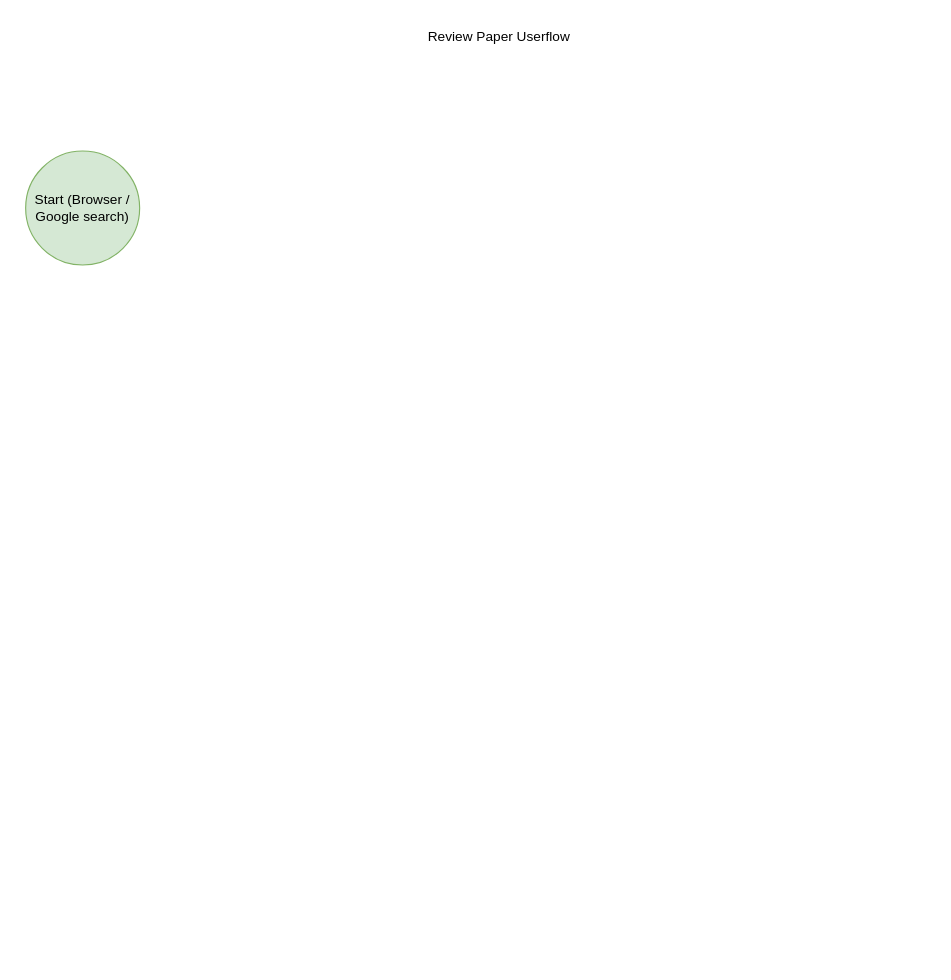
This is review-paper-flow.drawio from amarjyothi98/draw.io, a draw.io file, before an edit. Source tidied: cells renumbered, new cells numbered last; positions are measured from the earlier drawing's top-left corner, leaving out a move shared by most shapes. Both pictures are drawn from the tidied source at 114%, with x=0, y=0 at pixel (25, 19).
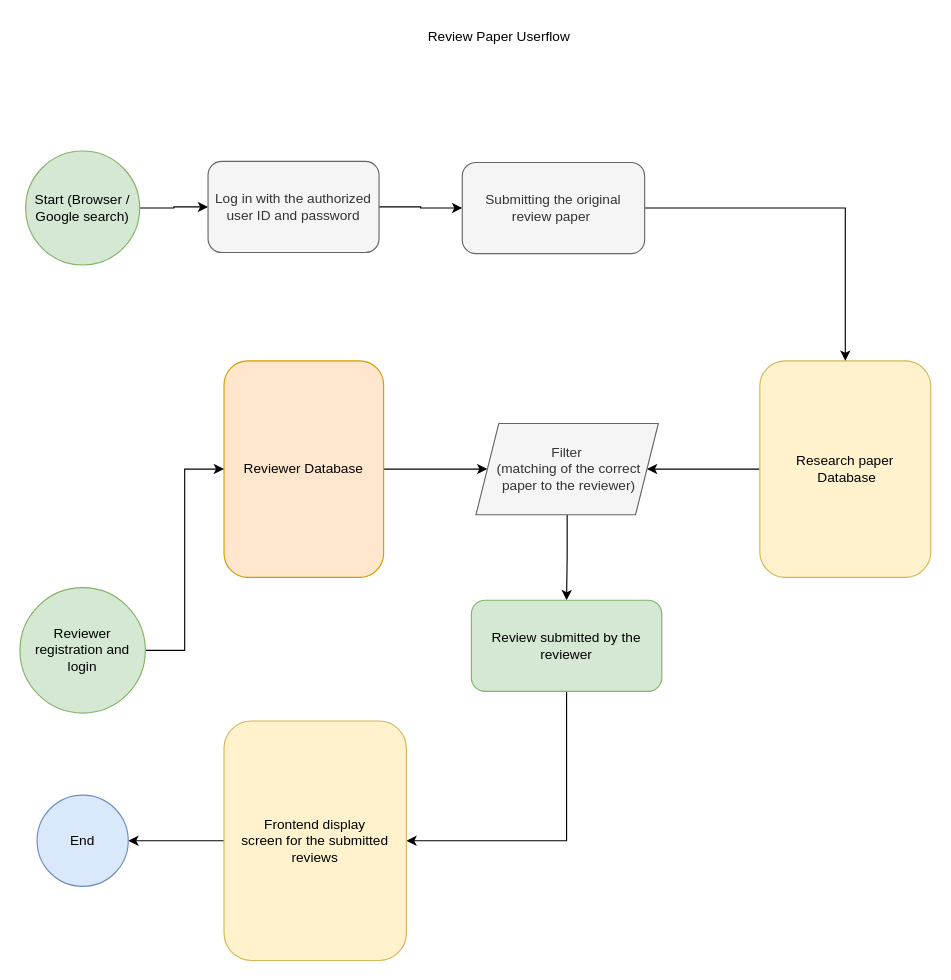
Above is the later version.

Unchanged cells that the change refers to:
```xml
<mxCell id="3" value="Start (Browser / Google search)" style="ellipse;whiteSpace=wrap;html=1;fillColor=#d5e8d4;strokeColor=#82b366;" parent="1" vertex="1">
  <mxGeometry y="115" width="100" height="100" as="geometry" />
</mxCell>
```

Change to the diagram source:
```diff
@@
+    <mxCell id="4" style="edgeStyle=orthogonalEdgeStyle;rounded=0;jettySize=auto;html=1;exitX=1;exitY=0.5;exitDx=0;exitDy=0;entryX=0;entryY=0.5;entryDx=0;entryDy=0;" parent="1" edge="1" source="3" target="6">
+      <mxGeometry relative="1" as="geometry" />
+    </mxCell>
@@
+    <mxCell id="5" style="edgeStyle=orthogonalEdgeStyle;rounded=0;jettySize=auto;html=1;exitX=1;exitY=0.5;exitDx=0;exitDy=0;entryX=0;entryY=0.5;entryDx=0;entryDy=0;" parent="1" edge="1" source="6" target="10">
+      <mxGeometry relative="1" as="geometry" />
+    </mxCell>
+    <mxCell id="6" value="Log in with the authorized user ID and password" style="rounded=1;whiteSpace=wrap;html=1;fillColor=#f5f5f5;fontColor=#333333;strokeColor=#666666;" parent="1" vertex="1">
+      <mxGeometry x="160" y="124" width="150" height="80" as="geometry" />
+    </mxCell>
+    <mxCell id="7" style="edgeStyle=orthogonalEdgeStyle;rounded=0;jettySize=auto;html=1;exitX=0;exitY=0.5;exitDx=0;exitDy=0;entryX=1;entryY=0.5;entryDx=0;entryDy=0;" parent="1" edge="1" source="8" target="14">
+      <mxGeometry relative="1" as="geometry" />
+    </mxCell>
+    <mxCell id="8" value="Research paper&lt;br&gt;&amp;nbsp;Database" style="rounded=1;whiteSpace=wrap;html=1;fillColor=#fff2cc;strokeColor=#d6b656;" parent="1" vertex="1">
+      <mxGeometry x="644" y="299" width="150" height="190" as="geometry" />
+    </mxCell>
+    <mxCell id="9" style="edgeStyle=orthogonalEdgeStyle;rounded=0;jettySize=auto;html=1;exitX=1;exitY=0.5;exitDx=0;exitDy=0;entryX=0.5;entryY=0;entryDx=0;entryDy=0;" parent="1" edge="1" source="10" target="8">
+      <mxGeometry relative="1" as="geometry" />
+    </mxCell>
+    <mxCell id="10" value="Submitting the original &lt;br&gt;review paper&amp;nbsp;" style="rounded=1;whiteSpace=wrap;html=1;fillColor=#f5f5f5;fontColor=#333333;strokeColor=#666666;" parent="1" vertex="1">
+      <mxGeometry x="383" y="125" width="160" height="80" as="geometry" />
+    </mxCell>
+    <mxCell id="11" style="edgeStyle=orthogonalEdgeStyle;rounded=0;jettySize=auto;html=1;exitX=1;exitY=0.5;exitDx=0;exitDy=0;" parent="1" edge="1" source="12" target="14">
+      <mxGeometry relative="1" as="geometry" />
+    </mxCell>
+    <mxCell id="12" value="Reviewer Database" style="rounded=1;whiteSpace=wrap;html=1;fillColor=#ffe6cc;strokeColor=#d79b00;" parent="1" vertex="1">
+      <mxGeometry x="174" y="299" width="140" height="190" as="geometry" />
+    </mxCell>
+    <mxCell id="13" style="edgeStyle=orthogonalEdgeStyle;rounded=0;jettySize=auto;html=1;exitX=0.5;exitY=1;exitDx=0;exitDy=0;" parent="1" edge="1" source="14" target="16">
+      <mxGeometry relative="1" as="geometry" />
+    </mxCell>
+    <mxCell id="14" value="Filter&lt;br&gt;&amp;nbsp;(matching of the correct&lt;br&gt;&amp;nbsp;paper to the reviewer)" style="shape=parallelogram;perimeter=parallelogramPerimeter;whiteSpace=wrap;html=1;fixedSize=1;fillColor=#f5f5f5;fontColor=#333333;strokeColor=#666666;" parent="1" vertex="1">
+      <mxGeometry x="395" y="354" width="160" height="80" as="geometry" />
+    </mxCell>
+    <mxCell id="15" style="edgeStyle=orthogonalEdgeStyle;rounded=0;jettySize=auto;html=1;exitX=0.5;exitY=1;exitDx=0;exitDy=0;entryX=1;entryY=0.5;entryDx=0;entryDy=0;" parent="1" edge="1" source="16" target="20">
+      <mxGeometry relative="1" as="geometry" />
+    </mxCell>
+    <mxCell id="16" value="Review submitted by the reviewer" style="rounded=1;whiteSpace=wrap;html=1;fillColor=#d5e8d4;strokeColor=#82b366;" parent="1" vertex="1">
+      <mxGeometry x="391" y="509" width="167" height="80" as="geometry" />
+    </mxCell>
+    <mxCell id="17" style="edgeStyle=orthogonalEdgeStyle;rounded=0;jettySize=auto;html=1;exitX=1;exitY=0.5;exitDx=0;exitDy=0;entryX=0;entryY=0.5;entryDx=0;entryDy=0;" parent="1" edge="1" source="18" target="12">
+      <mxGeometry relative="1" as="geometry" />
+    </mxCell>
+    <mxCell id="18" value="Reviewer registration and login" style="ellipse;whiteSpace=wrap;html=1;fillColor=#d5e8d4;strokeColor=#82b366;" parent="1" vertex="1">
+      <mxGeometry x="-5" y="498" width="110" height="110" as="geometry" />
+    </mxCell>
+    <mxCell id="19" style="edgeStyle=orthogonalEdgeStyle;rounded=0;jettySize=auto;html=1;exitX=0;exitY=0.5;exitDx=0;exitDy=0;entryX=1;entryY=0.5;entryDx=0;entryDy=0;" parent="1" edge="1" source="20" target="21">
+      <mxGeometry relative="1" as="geometry" />
+    </mxCell>
+    <mxCell id="20" value="Frontend display &lt;br&gt;screen for the submitted reviews" style="rounded=1;whiteSpace=wrap;html=1;fillColor=#fff2cc;strokeColor=#d6b656;" parent="1" vertex="1">
+      <mxGeometry x="174" y="615" width="160" height="210" as="geometry" />
+    </mxCell>
+    <mxCell id="21" value="End" style="ellipse;whiteSpace=wrap;html=1;fillColor=#dae8fc;strokeColor=#6c8ebf;" parent="1" vertex="1">
+      <mxGeometry x="10" y="680" width="80" height="80" as="geometry" />
+    </mxCell>
```
